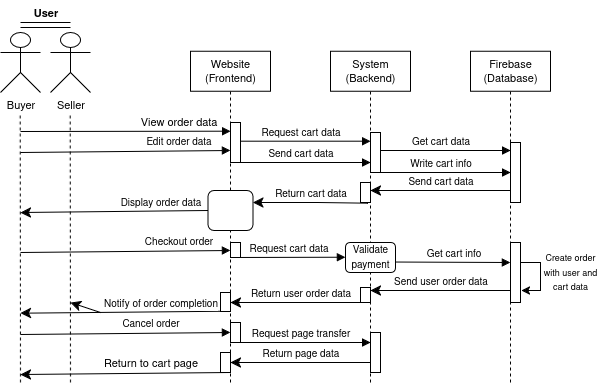
TagReaper/CSE-4214-03-Lab-Project keeps this draw.io diagram as SRS Documents/User Story Diagrams/Sequence Diagram - 10.png. Above is the earlier version. Source tidied: cells renumbered, new cells last; positions are measured from the earlier drawing's top-left corner, leaving out a move shared by most shapes.
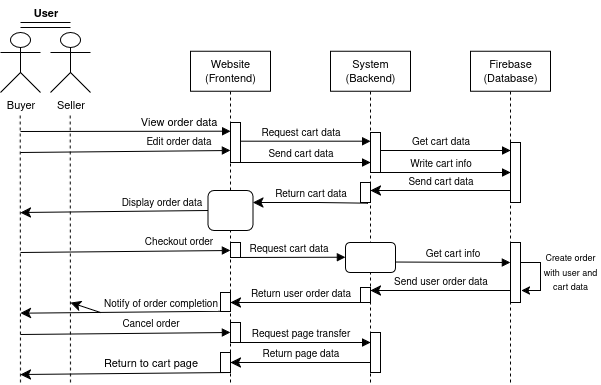
After the commit.

What changed in the source:
```diff
@@ -180,7 +180,7 @@
     <mxCell id="35" value="&lt;div&gt;&lt;font style=&quot;font-size: 9px;&quot;&gt;Create&amp;nbsp;order with user and cart data&lt;/font&gt;&lt;/div&gt;" style="text;html=1;align=center;verticalAlign=middle;whiteSpace=wrap;rounded=0;" parent="1" vertex="1">
       <mxGeometry x="540" y="252" width="60" height="40" as="geometry" />
     </mxCell>
-    <mxCell id="36" value="&lt;font style=&quot;font-size: 10px;&quot;&gt;Validate payment&lt;/font&gt;" style="rounded=1;whiteSpace=wrap;html=1;" parent="1" vertex="1">
+    <mxCell id="36" style="rounded=1;whiteSpace=wrap;html=1;" parent="1" vertex="1">
       <mxGeometry x="345" y="242" width="50" height="30" as="geometry" />
     </mxCell>
     <mxCell id="37" style="html=1;verticalAlign=bottom;endArrow=classic;endSize=8;curved=0;rounded=0;strokeColor=default;align=center;fontFamily=Helvetica;fontSize=11;fontColor=default;labelBackgroundColor=default;endFill=1;" parent="1" edge="1">
```
